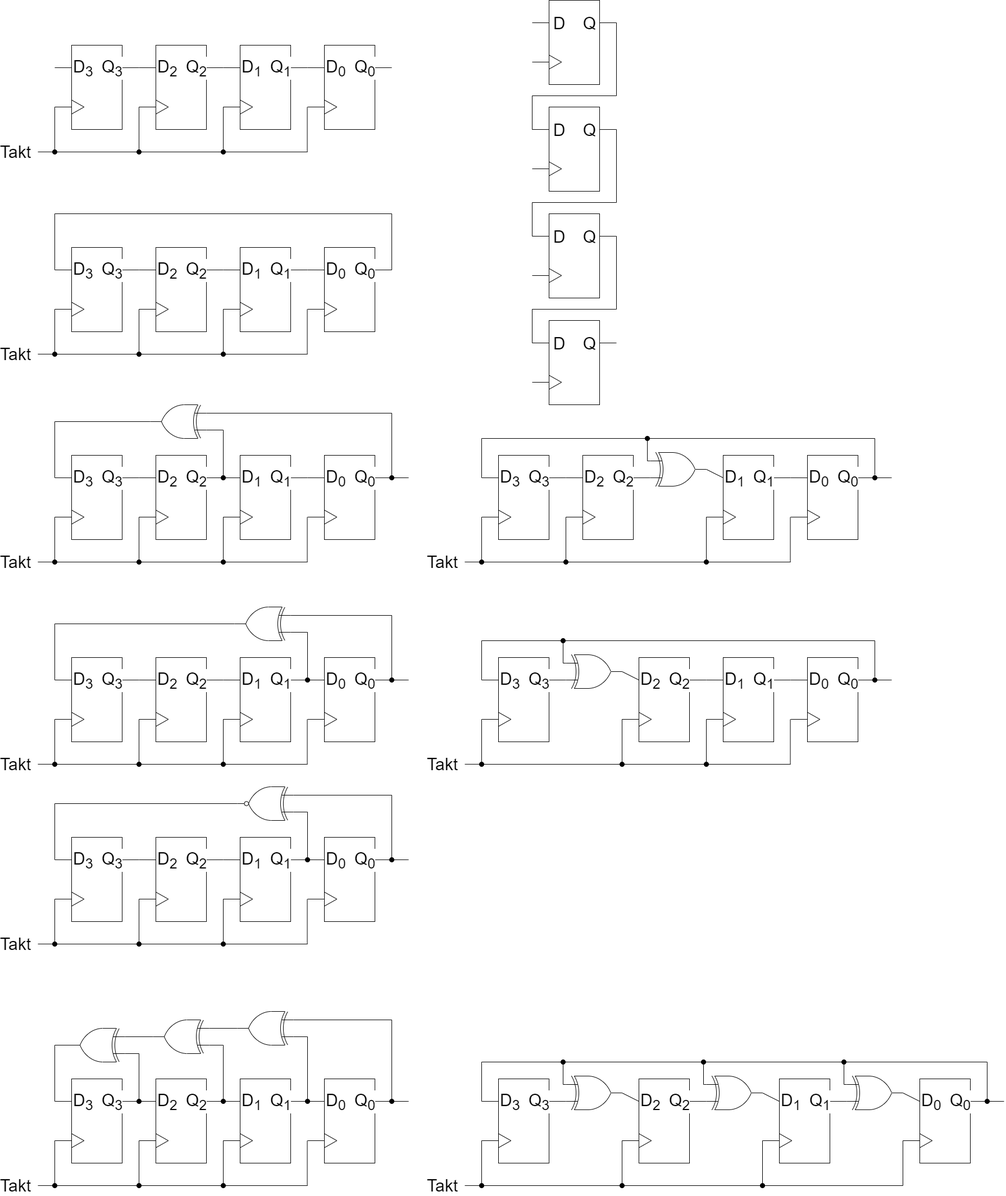
This is docu/ShiftRegister.png from YumYumfisch/LFSR-PeriodLength, a draw.io export, as it was before one commit. Source tidied: cells renumbered, new cells last; positions are measured from the earlier drawing's top-left corner, leaving out a move shared by most shapes.
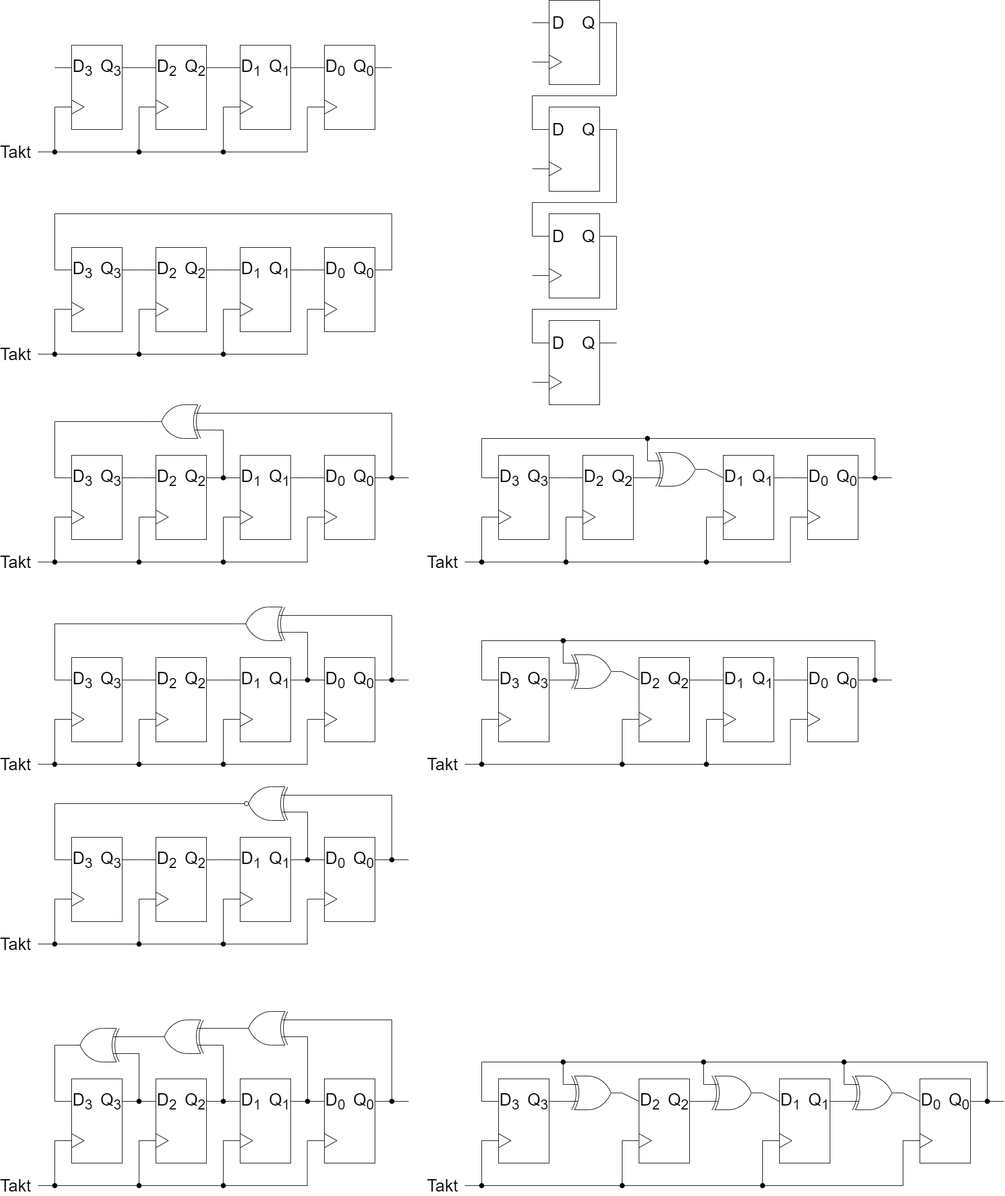
Above is the later version.

Commit message:
fix text alignment

The edit, as a diff of the source:
```diff
@@ -228,5 +228,5 @@
     </mxCell>
-    <mxCell id="51" value="Q&lt;sub&gt;3&lt;br&gt;&lt;/sub&gt;" style="edgeLabel;html=1;align=center;verticalAlign=middle;fontSize=30;" parent="50" vertex="1">
+    <mxCell id="51" value="Q&lt;sub&gt;3&lt;br&gt;&lt;/sub&gt;" style="edgeLabel;html=1;align=right;verticalAlign=middle;fontSize=30;" parent="50" vertex="1">
       <mxGeometry x="0.28" relative="1" as="geometry">
-        <mxPoint x="-39" as="offset" />
+        <mxPoint x="-19" as="offset" />
       </mxGeometry>
@@ -262,5 +262,5 @@
     </mxCell>
-    <mxCell id="59" value="Q&lt;sub&gt;2&lt;/sub&gt;" style="edgeLabel;html=1;align=center;verticalAlign=middle;fontSize=30;" parent="58" vertex="1">
+    <mxCell id="59" value="Q&lt;sub&gt;2&lt;/sub&gt;" style="edgeLabel;html=1;align=right;verticalAlign=middle;fontSize=30;" parent="58" vertex="1">
       <mxGeometry x="0.28" relative="1" as="geometry">
-        <mxPoint x="-39" as="offset" />
+        <mxPoint x="-19" as="offset" />
       </mxGeometry>
@@ -296,5 +296,5 @@
     </mxCell>
-    <mxCell id="67" value="Q&lt;sub&gt;1&lt;/sub&gt;" style="edgeLabel;html=1;align=center;verticalAlign=middle;fontSize=30;" parent="66" vertex="1">
+    <mxCell id="67" value="Q&lt;sub&gt;1&lt;/sub&gt;" style="edgeLabel;html=1;align=right;verticalAlign=middle;fontSize=30;" parent="66" vertex="1">
       <mxGeometry x="0.28" relative="1" as="geometry">
-        <mxPoint x="-39" as="offset" />
+        <mxPoint x="-19" as="offset" />
       </mxGeometry>
@@ -330,5 +330,5 @@
     </mxCell>
-    <mxCell id="75" value="Q&lt;sub&gt;0&lt;/sub&gt;" style="edgeLabel;html=1;align=center;verticalAlign=middle;fontSize=30;" parent="74" vertex="1">
+    <mxCell id="75" value="Q&lt;sub&gt;0&lt;/sub&gt;" style="edgeLabel;html=1;align=right;verticalAlign=middle;fontSize=30;" parent="74" vertex="1">
       <mxGeometry x="0.28" relative="1" as="geometry">
-        <mxPoint x="-39" as="offset" />
+        <mxPoint x="-19" as="offset" />
       </mxGeometry>
@@ -418,5 +418,5 @@
     </mxCell>
-    <mxCell id="94" value="Q&lt;sub&gt;3&lt;br&gt;&lt;/sub&gt;" style="edgeLabel;html=1;align=center;verticalAlign=middle;fontSize=30;" parent="93" vertex="1">
+    <mxCell id="94" value="Q&lt;sub&gt;3&lt;br&gt;&lt;/sub&gt;" style="edgeLabel;html=1;align=right;verticalAlign=middle;fontSize=30;" parent="93" vertex="1">
       <mxGeometry x="0.28" relative="1" as="geometry">
-        <mxPoint x="-39" as="offset" />
+        <mxPoint x="-19" as="offset" />
       </mxGeometry>
@@ -442,5 +442,5 @@
     </mxCell>
-    <mxCell id="100" value="Q&lt;sub&gt;2&lt;/sub&gt;" style="edgeLabel;html=1;align=center;verticalAlign=middle;fontSize=30;" parent="99" vertex="1">
+    <mxCell id="100" value="Q&lt;sub&gt;2&lt;/sub&gt;" style="edgeLabel;html=1;align=right;verticalAlign=middle;fontSize=30;" parent="99" vertex="1">
       <mxGeometry x="0.28" relative="1" as="geometry">
-        <mxPoint x="-39" as="offset" />
+        <mxPoint x="-19" as="offset" />
       </mxGeometry>
@@ -476,5 +476,5 @@
     </mxCell>
-    <mxCell id="108" value="Q&lt;sub&gt;1&lt;/sub&gt;" style="edgeLabel;html=1;align=center;verticalAlign=middle;fontSize=30;" parent="107" vertex="1">
+    <mxCell id="108" value="Q&lt;sub&gt;1&lt;/sub&gt;" style="edgeLabel;html=1;align=right;verticalAlign=middle;fontSize=30;" parent="107" vertex="1">
       <mxGeometry x="0.28" relative="1" as="geometry">
-        <mxPoint x="-39" as="offset" />
+        <mxPoint x="-19" as="offset" />
       </mxGeometry>
@@ -510,5 +510,5 @@
     </mxCell>
-    <mxCell id="116" value="Q&lt;sub&gt;0&lt;/sub&gt;" style="edgeLabel;html=1;align=center;verticalAlign=middle;fontSize=30;" parent="115" vertex="1">
+    <mxCell id="116" value="Q&lt;sub&gt;0&lt;/sub&gt;" style="edgeLabel;html=1;align=right;verticalAlign=middle;fontSize=30;" parent="115" vertex="1">
       <mxGeometry x="0.28" relative="1" as="geometry">
-        <mxPoint x="-39" as="offset" />
+        <mxPoint x="-19" as="offset" />
       </mxGeometry>
@@ -638,5 +638,5 @@
     </mxCell>
-    <mxCell id="143" value="Q&lt;sub&gt;3&lt;br&gt;&lt;/sub&gt;" style="edgeLabel;html=1;align=center;verticalAlign=middle;fontSize=30;" parent="142" vertex="1">
+    <mxCell id="143" value="Q&lt;sub&gt;3&lt;br&gt;&lt;/sub&gt;" style="edgeLabel;html=1;align=right;verticalAlign=middle;fontSize=30;" parent="142" vertex="1">
       <mxGeometry x="0.28" relative="1" as="geometry">
-        <mxPoint x="-39" as="offset" />
+        <mxPoint x="-19" as="offset" />
       </mxGeometry>
@@ -672,5 +672,5 @@
     </mxCell>
-    <mxCell id="151" value="Q&lt;sub&gt;2&lt;/sub&gt;" style="edgeLabel;html=1;align=center;verticalAlign=middle;fontSize=30;" parent="150" vertex="1">
+    <mxCell id="151" value="Q&lt;sub&gt;2&lt;/sub&gt;" style="edgeLabel;html=1;align=right;verticalAlign=middle;fontSize=30;" parent="150" vertex="1">
       <mxGeometry x="0.28" relative="1" as="geometry">
-        <mxPoint x="-39" as="offset" />
+        <mxPoint x="-19" as="offset" />
       </mxGeometry>
@@ -706,5 +706,5 @@
     </mxCell>
-    <mxCell id="159" value="Q&lt;sub&gt;1&lt;/sub&gt;" style="edgeLabel;html=1;align=center;verticalAlign=middle;fontSize=30;" parent="158" vertex="1">
+    <mxCell id="159" value="Q&lt;sub&gt;1&lt;/sub&gt;" style="edgeLabel;html=1;align=right;verticalAlign=middle;fontSize=30;" parent="158" vertex="1">
       <mxGeometry x="0.28" relative="1" as="geometry">
-        <mxPoint x="-39" as="offset" />
+        <mxPoint x="-19" as="offset" />
       </mxGeometry>
@@ -740,5 +740,5 @@
     </mxCell>
-    <mxCell id="167" value="Q&lt;sub&gt;0&lt;/sub&gt;" style="edgeLabel;html=1;align=center;verticalAlign=middle;fontSize=30;" parent="166" vertex="1">
+    <mxCell id="167" value="Q&lt;sub&gt;0&lt;/sub&gt;" style="edgeLabel;html=1;align=right;verticalAlign=middle;fontSize=30;" parent="166" vertex="1">
       <mxGeometry x="0.28" relative="1" as="geometry">
-        <mxPoint x="-39" as="offset" />
+        <mxPoint x="-19" as="offset" />
       </mxGeometry>
@@ -867,5 +867,5 @@
     </mxCell>
-    <mxCell id="195" value="Q&lt;sub&gt;3&lt;br&gt;&lt;/sub&gt;" style="edgeLabel;html=1;align=center;verticalAlign=middle;fontSize=30;" parent="194" vertex="1">
+    <mxCell id="195" value="Q&lt;sub&gt;3&lt;br&gt;&lt;/sub&gt;" style="edgeLabel;html=1;align=right;verticalAlign=middle;fontSize=30;" parent="194" vertex="1">
       <mxGeometry x="0.28" relative="1" as="geometry">
-        <mxPoint x="-39" as="offset" />
+        <mxPoint x="-19" as="offset" />
       </mxGeometry>
@@ -901,5 +901,5 @@
     </mxCell>
-    <mxCell id="203" value="Q&lt;sub&gt;2&lt;/sub&gt;" style="edgeLabel;html=1;align=center;verticalAlign=middle;fontSize=30;" parent="202" vertex="1">
+    <mxCell id="203" value="Q&lt;sub&gt;2&lt;/sub&gt;" style="edgeLabel;html=1;align=right;verticalAlign=middle;fontSize=30;" parent="202" vertex="1">
       <mxGeometry x="0.28" relative="1" as="geometry">
-        <mxPoint x="-39" as="offset" />
+        <mxPoint x="-19" as="offset" />
       </mxGeometry>
@@ -935,5 +935,5 @@
     </mxCell>
-    <mxCell id="211" value="Q&lt;sub&gt;1&lt;/sub&gt;" style="edgeLabel;html=1;align=center;verticalAlign=middle;fontSize=30;" parent="210" vertex="1">
+    <mxCell id="211" value="Q&lt;sub&gt;1&lt;/sub&gt;" style="edgeLabel;html=1;align=right;verticalAlign=middle;fontSize=30;" parent="210" vertex="1">
       <mxGeometry x="0.28" relative="1" as="geometry">
-        <mxPoint x="-39" as="offset" />
+        <mxPoint x="-19" as="offset" />
       </mxGeometry>
@@ -969,5 +969,5 @@
     </mxCell>
-    <mxCell id="219" value="Q&lt;sub&gt;0&lt;/sub&gt;" style="edgeLabel;html=1;align=center;verticalAlign=middle;fontSize=30;" parent="218" vertex="1">
+    <mxCell id="219" value="Q&lt;sub&gt;0&lt;/sub&gt;" style="edgeLabel;html=1;align=right;verticalAlign=middle;fontSize=30;" parent="218" vertex="1">
       <mxGeometry x="0.28" relative="1" as="geometry">
-        <mxPoint x="-39" as="offset" />
+        <mxPoint x="-19" as="offset" />
       </mxGeometry>
@@ -1094,5 +1094,5 @@
     </mxCell>
-    <mxCell id="246" value="Q&lt;sub&gt;3&lt;br&gt;&lt;/sub&gt;" style="edgeLabel;html=1;align=center;verticalAlign=middle;fontSize=30;" parent="245" vertex="1">
+    <mxCell id="246" value="Q&lt;sub&gt;3&lt;br&gt;&lt;/sub&gt;" style="edgeLabel;html=1;align=right;verticalAlign=middle;fontSize=30;" parent="245" vertex="1">
       <mxGeometry x="0.28" relative="1" as="geometry">
-        <mxPoint x="-39" as="offset" />
+        <mxPoint x="-19" as="offset" />
       </mxGeometry>
@@ -1128,5 +1128,5 @@
     </mxCell>
-    <mxCell id="254" value="Q&lt;sub&gt;2&lt;/sub&gt;" style="edgeLabel;html=1;align=center;verticalAlign=middle;fontSize=30;" parent="253" vertex="1">
+    <mxCell id="254" value="Q&lt;sub&gt;2&lt;/sub&gt;" style="edgeLabel;html=1;align=right;verticalAlign=middle;fontSize=30;" parent="253" vertex="1">
       <mxGeometry x="0.28" relative="1" as="geometry">
-        <mxPoint x="-39" as="offset" />
+        <mxPoint x="-19" as="offset" />
       </mxGeometry>
@@ -1162,5 +1162,5 @@
     </mxCell>
-    <mxCell id="262" value="Q&lt;sub&gt;1&lt;/sub&gt;" style="edgeLabel;html=1;align=center;verticalAlign=middle;fontSize=30;" parent="261" vertex="1">
+    <mxCell id="262" value="Q&lt;sub&gt;1&lt;/sub&gt;" style="edgeLabel;html=1;align=right;verticalAlign=middle;fontSize=30;" parent="261" vertex="1">
       <mxGeometry x="0.28" relative="1" as="geometry">
-        <mxPoint x="-39" as="offset" />
+        <mxPoint x="-19" as="offset" />
       </mxGeometry>
@@ -1196,5 +1196,5 @@
     </mxCell>
-    <mxCell id="270" value="Q&lt;sub&gt;0&lt;/sub&gt;" style="edgeLabel;html=1;align=center;verticalAlign=middle;fontSize=30;" parent="269" vertex="1">
+    <mxCell id="270" value="Q&lt;sub&gt;0&lt;/sub&gt;" style="edgeLabel;html=1;align=right;verticalAlign=middle;fontSize=30;" parent="269" vertex="1">
       <mxGeometry x="0.28" relative="1" as="geometry">
-        <mxPoint x="-39" as="offset" />
+        <mxPoint x="-19" as="offset" />
       </mxGeometry>
@@ -1317,5 +1317,5 @@
     </mxCell>
-    <mxCell id="296" value="Q&lt;sub&gt;3&lt;br&gt;&lt;/sub&gt;" style="edgeLabel;html=1;align=center;verticalAlign=middle;fontSize=30;" parent="295" vertex="1">
+    <mxCell id="296" value="Q&lt;sub&gt;3&lt;br&gt;&lt;/sub&gt;" style="edgeLabel;html=1;align=right;verticalAlign=middle;fontSize=30;" parent="295" vertex="1">
       <mxGeometry x="0.28" relative="1" as="geometry">
-        <mxPoint x="-39" as="offset" />
+        <mxPoint x="-19" as="offset" />
       </mxGeometry>
@@ -1351,5 +1351,5 @@
     </mxCell>
-    <mxCell id="304" value="Q&lt;sub&gt;2&lt;/sub&gt;" style="edgeLabel;html=1;align=center;verticalAlign=middle;fontSize=30;" parent="303" vertex="1">
+    <mxCell id="304" value="Q&lt;sub&gt;2&lt;/sub&gt;" style="edgeLabel;html=1;align=right;verticalAlign=middle;fontSize=30;" parent="303" vertex="1">
       <mxGeometry x="0.28" relative="1" as="geometry">
-        <mxPoint x="-39" as="offset" />
+        <mxPoint x="-19" as="offset" />
       </mxGeometry>
@@ -1385,5 +1385,5 @@
     </mxCell>
-    <mxCell id="312" value="Q&lt;sub&gt;1&lt;/sub&gt;" style="edgeLabel;html=1;align=center;verticalAlign=middle;fontSize=30;" parent="311" vertex="1">
+    <mxCell id="312" value="Q&lt;sub&gt;1&lt;/sub&gt;" style="edgeLabel;html=1;align=right;verticalAlign=middle;fontSize=30;" parent="311" vertex="1">
       <mxGeometry x="0.28" relative="1" as="geometry">
-        <mxPoint x="-39" as="offset" />
+        <mxPoint x="-19" as="offset" />
       </mxGeometry>
@@ -1419,5 +1419,5 @@
     </mxCell>
-    <mxCell id="320" value="Q&lt;sub&gt;0&lt;/sub&gt;" style="edgeLabel;html=1;align=center;verticalAlign=middle;fontSize=30;" parent="319" vertex="1">
+    <mxCell id="320" value="Q&lt;sub&gt;0&lt;/sub&gt;" style="edgeLabel;html=1;align=right;verticalAlign=middle;fontSize=30;" parent="319" vertex="1">
       <mxGeometry x="0.28" relative="1" as="geometry">
-        <mxPoint x="-39" as="offset" />
+        <mxPoint x="-19" as="offset" />
       </mxGeometry>
@@ -1521,2 +1521,7 @@
     </mxCell>
+    <mxCell id="490" value="Q&lt;sub&gt;3&lt;br&gt;&lt;/sub&gt;" style="edgeLabel;html=1;align=right;verticalAlign=middle;fontSize=30;" parent="340" vertex="1">
+      <mxGeometry x="0.28" relative="1" as="geometry">
+        <mxPoint x="-19" as="offset" />
+      </mxGeometry>
+    </mxCell>
     <mxCell id="342" style="endArrow=none;html=1;align=center;fontSize=30;entryX=0;entryY=0.5;entryDx=0;entryDy=0;" parent="336" edge="1" target="343">
@@ -1555,2 +1560,7 @@
     </mxCell>
+    <mxCell id="491" value="Q&lt;sub&gt;2&lt;/sub&gt;" style="edgeLabel;html=1;align=right;verticalAlign=middle;fontSize=30;" parent="348" vertex="1">
+      <mxGeometry x="0.28" relative="1" as="geometry">
+        <mxPoint x="-19" as="offset" />
+      </mxGeometry>
+    </mxCell>
     <mxCell id="350" style="endArrow=none;html=1;align=center;fontSize=30;entryX=0;entryY=0.5;entryDx=0;entryDy=0;" parent="344" edge="1" target="351">
@@ -1584,5 +1594,5 @@
     </mxCell>
-    <mxCell id="357" value="Q&lt;sub&gt;1&lt;/sub&gt;" style="edgeLabel;html=1;align=center;verticalAlign=middle;fontSize=30;" parent="356" vertex="1">
+    <mxCell id="357" value="Q&lt;sub&gt;1&lt;/sub&gt;" style="edgeLabel;html=1;align=right;verticalAlign=middle;fontSize=30;" parent="356" vertex="1">
       <mxGeometry x="0.28" relative="1" as="geometry">
-        <mxPoint x="-39" as="offset" />
+        <mxPoint x="-19" as="offset" />
       </mxGeometry>
@@ -1618,5 +1628,5 @@
     </mxCell>
-    <mxCell id="365" value="Q&lt;sub&gt;0&lt;/sub&gt;" style="edgeLabel;html=1;align=center;verticalAlign=middle;fontSize=30;" parent="364" vertex="1">
+    <mxCell id="365" value="Q&lt;sub&gt;0&lt;/sub&gt;" style="edgeLabel;html=1;align=right;verticalAlign=middle;fontSize=30;" parent="364" vertex="1">
       <mxGeometry x="0.28" relative="1" as="geometry">
-        <mxPoint x="-39" as="offset" />
+        <mxPoint x="-19" as="offset" />
       </mxGeometry>
@@ -1765,5 +1775,5 @@
     </mxCell>
-    <mxCell id="396" value="Q&lt;sub&gt;3&lt;br&gt;&lt;/sub&gt;" style="edgeLabel;html=1;align=center;verticalAlign=middle;fontSize=30;" parent="395" vertex="1">
+    <mxCell id="396" value="Q&lt;sub&gt;3&lt;br&gt;&lt;/sub&gt;" style="edgeLabel;html=1;align=right;verticalAlign=middle;fontSize=30;" parent="395" vertex="1">
       <mxGeometry x="0.28" relative="1" as="geometry">
-        <mxPoint x="-39" as="offset" />
+        <mxPoint x="-19" as="offset" />
       </mxGeometry>
@@ -1789,5 +1799,5 @@
     </mxCell>
-    <mxCell id="402" value="Q&lt;sub&gt;2&lt;/sub&gt;" style="edgeLabel;html=1;align=center;verticalAlign=middle;fontSize=30;" parent="401" vertex="1">
+    <mxCell id="402" value="Q&lt;sub&gt;2&lt;/sub&gt;" style="edgeLabel;html=1;align=right;verticalAlign=middle;fontSize=30;" parent="401" vertex="1">
       <mxGeometry x="0.28" relative="1" as="geometry">
-        <mxPoint x="-39" as="offset" />
+        <mxPoint x="-19" as="offset" />
       </mxGeometry>
@@ -1813,5 +1823,5 @@
     </mxCell>
-    <mxCell id="408" value="Q&lt;sub&gt;1&lt;/sub&gt;" style="edgeLabel;html=1;align=center;verticalAlign=middle;fontSize=30;" parent="407" vertex="1">
+    <mxCell id="408" value="Q&lt;sub&gt;1&lt;/sub&gt;" style="edgeLabel;html=1;align=right;verticalAlign=middle;fontSize=30;" parent="407" vertex="1">
       <mxGeometry x="0.28" relative="1" as="geometry">
-        <mxPoint x="-39" as="offset" />
+        <mxPoint x="-19" as="offset" />
       </mxGeometry>
@@ -1847,5 +1857,5 @@
     </mxCell>
-    <mxCell id="416" value="Q&lt;sub&gt;0&lt;/sub&gt;" style="edgeLabel;html=1;align=center;verticalAlign=middle;fontSize=30;" parent="415" vertex="1">
+    <mxCell id="416" value="Q&lt;sub&gt;0&lt;/sub&gt;" style="edgeLabel;html=1;align=right;verticalAlign=middle;fontSize=30;" parent="415" vertex="1">
       <mxGeometry x="0.28" relative="1" as="geometry">
-        <mxPoint x="-39" as="offset" />
+        <mxPoint x="-19" as="offset" />
       </mxGeometry>
@@ -1971,5 +1981,5 @@
     </mxCell>
-    <mxCell id="442" value="Q&lt;sub&gt;3&lt;br&gt;&lt;/sub&gt;" style="edgeLabel;html=1;align=center;verticalAlign=middle;fontSize=30;" parent="441" vertex="1">
+    <mxCell id="442" value="Q&lt;sub&gt;3&lt;br&gt;&lt;/sub&gt;" style="edgeLabel;html=1;align=right;verticalAlign=middle;fontSize=30;" parent="441" vertex="1">
       <mxGeometry x="0.28" relative="1" as="geometry">
-        <mxPoint x="-39" as="offset" />
+        <mxPoint x="-19" as="offset" />
       </mxGeometry>
@@ -1995,5 +2005,5 @@
     </mxCell>
-    <mxCell id="448" value="Q&lt;sub&gt;2&lt;/sub&gt;" style="edgeLabel;html=1;align=center;verticalAlign=middle;fontSize=30;" parent="447" vertex="1">
+    <mxCell id="448" value="Q&lt;sub&gt;2&lt;/sub&gt;" style="edgeLabel;html=1;align=right;verticalAlign=middle;fontSize=30;" parent="447" vertex="1">
       <mxGeometry x="0.28" relative="1" as="geometry">
-        <mxPoint x="-39" as="offset" />
+        <mxPoint x="-19" as="offset" />
       </mxGeometry>
@@ -2086,5 +2096,5 @@
     </mxCell>
-    <mxCell id="467" value="Q&lt;sub&gt;1&lt;/sub&gt;" style="edgeLabel;html=1;align=center;verticalAlign=middle;fontSize=30;" parent="466" vertex="1">
+    <mxCell id="467" value="Q&lt;sub&gt;1&lt;/sub&gt;" style="edgeLabel;html=1;align=right;verticalAlign=middle;fontSize=30;" parent="466" vertex="1">
       <mxGeometry x="0.28" relative="1" as="geometry">
-        <mxPoint x="-39" as="offset" />
+        <mxPoint x="-19" as="offset" />
       </mxGeometry>
@@ -2110,5 +2120,5 @@
     </mxCell>
-    <mxCell id="473" value="Q&lt;sub&gt;0&lt;/sub&gt;" style="edgeLabel;html=1;align=center;verticalAlign=middle;fontSize=30;" parent="472" vertex="1">
+    <mxCell id="473" value="Q&lt;sub&gt;0&lt;/sub&gt;" style="edgeLabel;html=1;align=right;verticalAlign=middle;fontSize=30;" parent="472" vertex="1">
       <mxGeometry x="0.28" relative="1" as="geometry">
-        <mxPoint x="-39" as="offset" />
+        <mxPoint x="-19" as="offset" />
       </mxGeometry>
```
